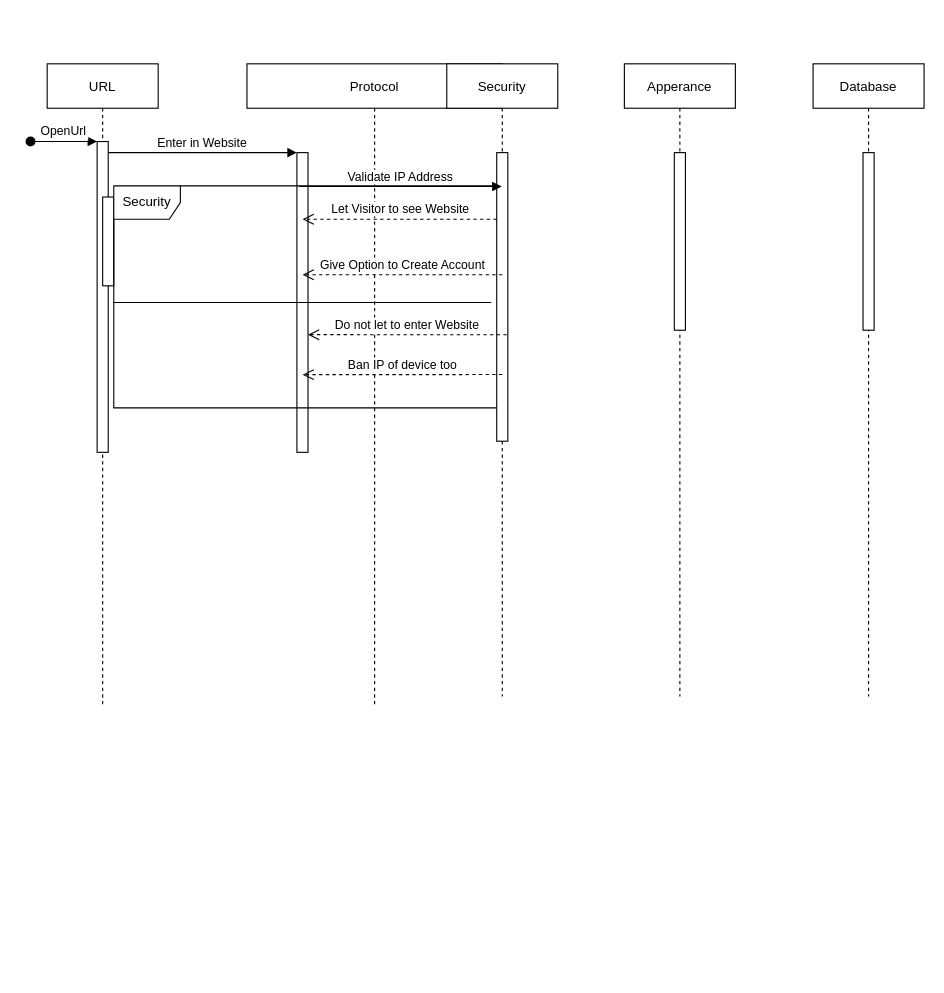
Before: Untitled Diagram.drawio in blerihasa/blerihasa, a draw.io diagram. Source tidied: cells renumbered, new cells numbered last; positions are measured from the earlier drawing's top-left corner, leaving out a move shared by most shapes. Both pictures are drawn from the tidied source at 111%, with x=0, y=0 at pixel (30, 63).
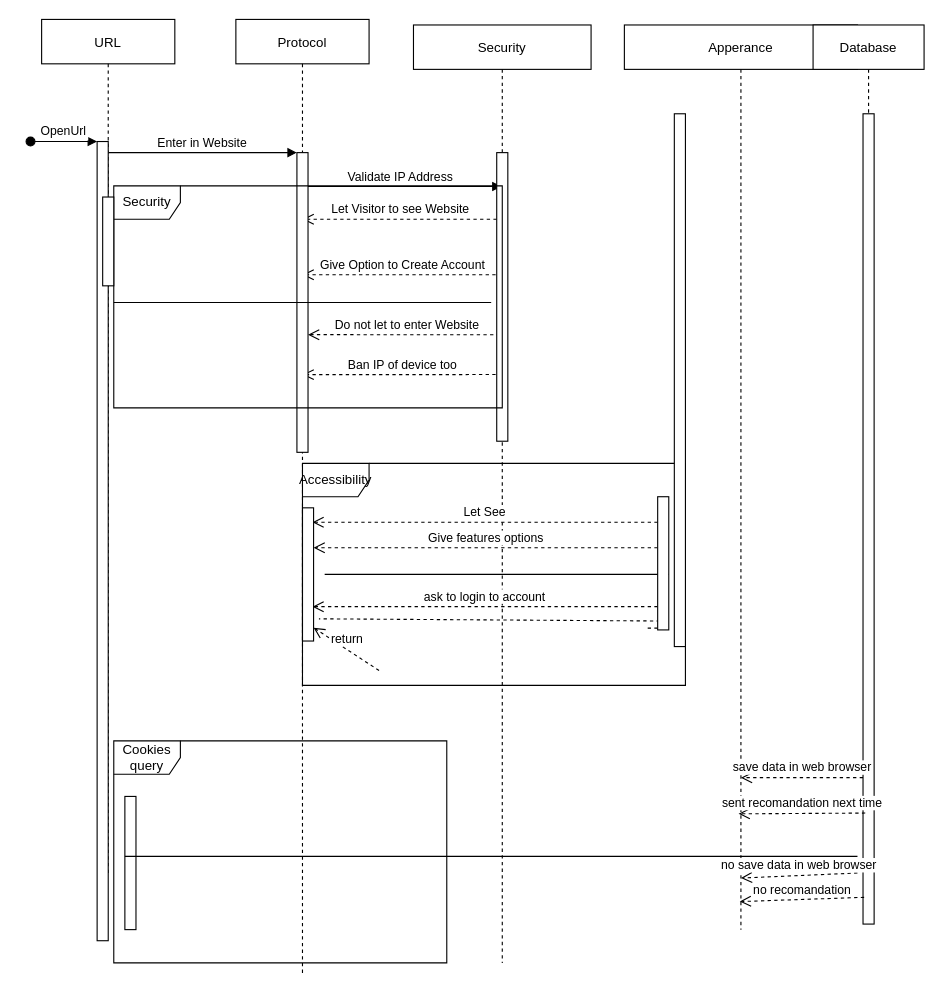
The same page after the edit.

The edit, as a diff of the source:
```diff
@@
     <mxCell id="2" value="URL" style="shape=umlLifeline;perimeter=lifelinePerimeter;rounded=0;shadow=0;strokeWidth=1;" parent="1" vertex="1">
-      <mxGeometry x="15" width="100" height="580" as="geometry" />
+      <mxGeometry x="10" y="-40" width="120" height="770" as="geometry" />
     </mxCell>
-    <mxCell id="3" style="points=[];perimeter=orthogonalPerimeter;rounded=0;shadow=0;strokeWidth=1;" parent="2" vertex="1">
-      <mxGeometry x="45" y="70" width="10" height="280" as="geometry" />
-    </mxCell>
-    <mxCell id="4" value="OpenUrl" style="verticalAlign=bottom;startArrow=oval;endArrow=block;startSize=8;shadow=0;strokeWidth=1;" parent="2" edge="1" target="3">
-      <mxGeometry relative="1" as="geometry">
-        <mxPoint x="-15" y="70" as="sourcePoint" />
-      </mxGeometry>
-    </mxCell>
-    <mxCell id="5" style="perimeter=orthogonalPerimeter;rounded=0;shadow=0;strokeWidth=1;" parent="2" vertex="1">
-      <mxGeometry x="50" y="120" width="10" height="80" as="geometry" />
-    </mxCell>
     <mxCell id="6" value="Protocol" style="shape=umlLifeline;perimeter=lifelinePerimeter;rounded=0;shadow=0;strokeWidth=1;size=40;" parent="1" vertex="1">
-      <mxGeometry x="195" width="230" height="580" as="geometry" />
+      <mxGeometry x="185" y="-40" width="120" height="860" as="geometry" />
     </mxCell>
-    <mxCell id="7" style="points=[];perimeter=orthogonalPerimeter;rounded=0;shadow=0;strokeWidth=1;" parent="6" vertex="1">
-      <mxGeometry x="45" y="80" width="10" height="270" as="geometry" />
-    </mxCell>
-    <mxCell id="8" value="Security" style="shape=umlFrame;whiteSpace=wrap;html=1;" parent="6" vertex="1">
-      <mxGeometry x="-120" y="110" width="350" height="200" as="geometry" />
-    </mxCell>
-    <mxCell id="9" style="line;strokeWidth=1;fillColor=none;align=left;verticalAlign=middle;spacingTop=-1;spacingLeft=3;spacingRight=3;labelPosition=right;" parent="6" vertex="1">
-      <mxGeometry x="-120" y="211" width="340" height="8" as="geometry" />
-    </mxCell>
@@
     <mxCell id="11" value="Security" style="shape=umlLifeline;perimeter=lifelinePerimeter;rounded=0;shadow=0;strokeWidth=1;" parent="1" vertex="1">
-      <mxGeometry x="375" width="100" height="570" as="geometry" />
+      <mxGeometry x="345" y="-35" width="160" height="845" as="geometry" />
     </mxCell>
-    <mxCell id="12" style="points=[];perimeter=orthogonalPerimeter;rounded=0;shadow=0;strokeWidth=1;" parent="11" vertex="1">
-      <mxGeometry x="45" y="80" width="10" height="260" as="geometry" />
-    </mxCell>
     <mxCell id="13" value="Apperance" style="shape=umlLifeline;perimeter=lifelinePerimeter;rounded=0;shadow=0;strokeWidth=1;" parent="1" vertex="1">
-      <mxGeometry x="535" width="100" height="570" as="geometry" />
+      <mxGeometry x="535" y="-35" width="210" height="815" as="geometry" />
     </mxCell>
-    <mxCell id="14" style="perimeter=orthogonalPerimeter;rounded=0;shadow=0;strokeWidth=1;" parent="13" vertex="1">
-      <mxGeometry x="45" y="80" width="10" height="160" as="geometry" />
-    </mxCell>
     <mxCell id="15" value="Database" style="shape=umlLifeline;perimeter=lifelinePerimeter;rounded=0;shadow=0;strokeWidth=1;" parent="1" vertex="1">
-      <mxGeometry x="705" width="100" height="570" as="geometry" />
+      <mxGeometry x="705" y="-35" width="100" height="810" as="geometry" />
     </mxCell>
     <mxCell id="16" style="points=[];perimeter=orthogonalPerimeter;rounded=0;shadow=0;strokeWidth=1;" parent="15" vertex="1">
-      <mxGeometry x="45" y="80" width="10" height="160" as="geometry" />
+      <mxGeometry x="45" y="80" width="10" height="730" as="geometry" />
     </mxCell>
@@
+    <mxCell id="22" value="Let See" style="html=1;verticalAlign=bottom;endArrow=open;dashed=1;endSize=8;rounded=0;entryX=0.9;entryY=0.108;entryDx=0;entryDy=0;entryPerimeter=0;" parent="1" edge="1" source="37" target="30">
+      <mxGeometry relative="1" as="geometry" />
+    </mxCell>
+    <mxCell id="23" value="Give features options" style="html=1;verticalAlign=bottom;endArrow=open;dashed=1;endSize=8;rounded=0;entryX=1;entryY=0.3;entryDx=0;entryDy=0;entryPerimeter=0;" parent="1" edge="1" target="30">
+      <mxGeometry relative="1" as="geometry">
+        <mxPoint x="565" y="436" as="sourcePoint" />
+      </mxGeometry>
+    </mxCell>
+    <mxCell id="24" value="ask to login to account" style="html=1;verticalAlign=bottom;endArrow=open;dashed=1;endSize=8;rounded=0;entryX=0.9;entryY=0.742;entryDx=0;entryDy=0;entryPerimeter=0;startArrow=none;" parent="1" edge="1" source="37" target="30">
+      <mxGeometry relative="1" as="geometry" />
+    </mxCell>
+    <mxCell id="25" value="return" style="html=1;verticalAlign=bottom;endArrow=open;dashed=1;endSize=8;rounded=0;entryX=1;entryY=0.9;entryDx=0;entryDy=0;entryPerimeter=0;exitX=0.2;exitY=0.933;exitDx=0;exitDy=0;exitPerimeter=0;startArrow=none;" parent="1" edge="1" source="34" target="30">
+      <mxGeometry relative="1" as="geometry" />
+    </mxCell>
+    <mxCell id="26" value="save data in web browser" style="html=1;verticalAlign=bottom;endArrow=open;dashed=1;endSize=8;rounded=0;entryX=0.5;entryY=0.832;entryDx=0;entryDy=0;entryPerimeter=0;" parent="1" edge="1" source="16" target="13">
+      <mxGeometry relative="1" as="geometry" />
+    </mxCell>
+    <mxCell id="27" value="sent recomandation next time" style="html=1;verticalAlign=bottom;endArrow=open;dashed=1;endSize=8;rounded=0;exitX=0.2;exitY=0.863;exitDx=0;exitDy=0;exitPerimeter=0;entryX=0.49;entryY=0.872;entryDx=0;entryDy=0;entryPerimeter=0;" parent="1" edge="1" source="16" target="13">
+      <mxGeometry relative="1" as="geometry" />
+    </mxCell>
+    <mxCell id="28" value="no save data in web browser" style="html=1;verticalAlign=bottom;endArrow=open;dashed=1;endSize=8;rounded=0;exitX=-0.5;exitY=0.937;exitDx=0;exitDy=0;exitPerimeter=0;entryX=0.5;entryY=0.943;entryDx=0;entryDy=0;entryPerimeter=0;" parent="1" edge="1" source="16" target="13">
+      <mxGeometry relative="1" as="geometry" />
+    </mxCell>
+    <mxCell id="29" value="no recomandation" style="html=1;verticalAlign=bottom;endArrow=open;dashed=1;endSize=8;rounded=0;exitX=0.1;exitY=0.967;exitDx=0;exitDy=0;exitPerimeter=0;entryX=0.495;entryY=0.969;entryDx=0;entryDy=0;entryPerimeter=0;" parent="1" edge="1" source="16" target="13">
+      <mxGeometry relative="1" as="geometry" />
+    </mxCell>
+    <mxCell id="12" style="points=[];perimeter=orthogonalPerimeter;rounded=0;shadow=0;strokeWidth=1;" parent="1" vertex="1">
+      <mxGeometry x="420" y="80" width="10" height="260" as="geometry" />
+    </mxCell>
+    <mxCell id="30" style="html=1;points=[];perimeter=orthogonalPerimeter;" parent="1" vertex="1">
+      <mxGeometry x="245" y="400" width="10" height="120" as="geometry" />
+    </mxCell>
+    <mxCell id="31" style="line;strokeWidth=1;fillColor=none;align=left;verticalAlign=middle;spacingTop=-1;spacingLeft=3;spacingRight=3;labelPosition=right;" parent="1" vertex="1">
+      <mxGeometry x="265" y="456" width="310" height="8" as="geometry" />
+    </mxCell>
+    <mxCell id="7" style="points=[];perimeter=orthogonalPerimeter;rounded=0;shadow=0;strokeWidth=1;" parent="1" vertex="1">
+      <mxGeometry x="240" y="80" width="10" height="270" as="geometry" />
+    </mxCell>
+    <mxCell id="8" value="Security" style="shape=umlFrame;whiteSpace=wrap;html=1;" parent="1" vertex="1">
+      <mxGeometry x="75" y="110" width="350" height="200" as="geometry" />
+    </mxCell>
+    <mxCell id="9" style="line;strokeWidth=1;fillColor=none;align=left;verticalAlign=middle;spacingTop=-1;spacingLeft=3;spacingRight=3;labelPosition=right;" parent="1" vertex="1">
+      <mxGeometry x="75" y="211" width="340" height="8" as="geometry" />
+    </mxCell>
+    <mxCell id="3" style="points=[];perimeter=orthogonalPerimeter;rounded=0;shadow=0;strokeWidth=1;" parent="1" vertex="1">
+      <mxGeometry x="60" y="70" width="10" height="720" as="geometry" />
+    </mxCell>
+    <mxCell id="4" value="OpenUrl" style="verticalAlign=bottom;startArrow=oval;endArrow=block;startSize=8;shadow=0;strokeWidth=1;" parent="1" edge="1" target="3">
+      <mxGeometry relative="1" as="geometry">
+        <mxPoint y="70" as="sourcePoint" />
+      </mxGeometry>
+    </mxCell>
+    <mxCell id="5" style="perimeter=orthogonalPerimeter;rounded=0;shadow=0;strokeWidth=1;" parent="1" vertex="1">
+      <mxGeometry x="65" y="120" width="10" height="80" as="geometry" />
+    </mxCell>
+    <mxCell id="32" value="Cookies query" style="shape=umlFrame;whiteSpace=wrap;html=1;" parent="1" vertex="1">
+      <mxGeometry x="75" y="610" width="300" height="200" as="geometry" />
+    </mxCell>
+    <mxCell id="33" style="html=1;perimeter=orthogonalPerimeter;" parent="1" vertex="1">
+      <mxGeometry x="85" y="660" width="10" height="120" as="geometry" />
+    </mxCell>
+    <mxCell id="34" value="Accessibility" style="shape=umlFrame;whiteSpace=wrap;html=1;" parent="1" vertex="1">
+      <mxGeometry x="245" y="360" width="345" height="200" as="geometry" />
+    </mxCell>
+    <mxCell id="35" style="html=1;verticalAlign=bottom;endArrow=none;dashed=1;endSize=8;rounded=0;entryX=0.9;entryY=0.742;entryDx=0;entryDy=0;entryPerimeter=0;" parent="1" edge="1" source="37" target="34">
+      <mxGeometry relative="1" as="geometry" />
+    </mxCell>
+    <mxCell id="36" style="html=1;verticalAlign=bottom;endArrow=none;dashed=1;endSize=8;rounded=0;entryX=0.043;entryY=0.7;entryDx=0;entryDy=0;entryPerimeter=0;exitX=0.2;exitY=0.933;exitDx=0;exitDy=0;exitPerimeter=0;" parent="1" edge="1" source="37" target="34">
+      <mxGeometry relative="1" as="geometry" />
+    </mxCell>
+    <mxCell id="14" style="perimeter=orthogonalPerimeter;rounded=0;shadow=0;strokeWidth=1;" parent="1" vertex="1">
+      <mxGeometry x="580" y="45" width="10" height="480" as="geometry" />
+    </mxCell>
+    <mxCell id="37" style="html=1;points=[];perimeter=orthogonalPerimeter;" parent="1" vertex="1">
+      <mxGeometry x="565" y="390" width="10" height="120" as="geometry" />
+    </mxCell>
+    <mxCell id="38" style="line;strokeWidth=1;fillColor=none;align=left;verticalAlign=middle;spacingTop=-1;spacingLeft=3;spacingRight=3;labelPosition=right;" parent="1" vertex="1">
+      <mxGeometry x="85" y="710" width="660" height="8" as="geometry" />
+    </mxCell>
```
